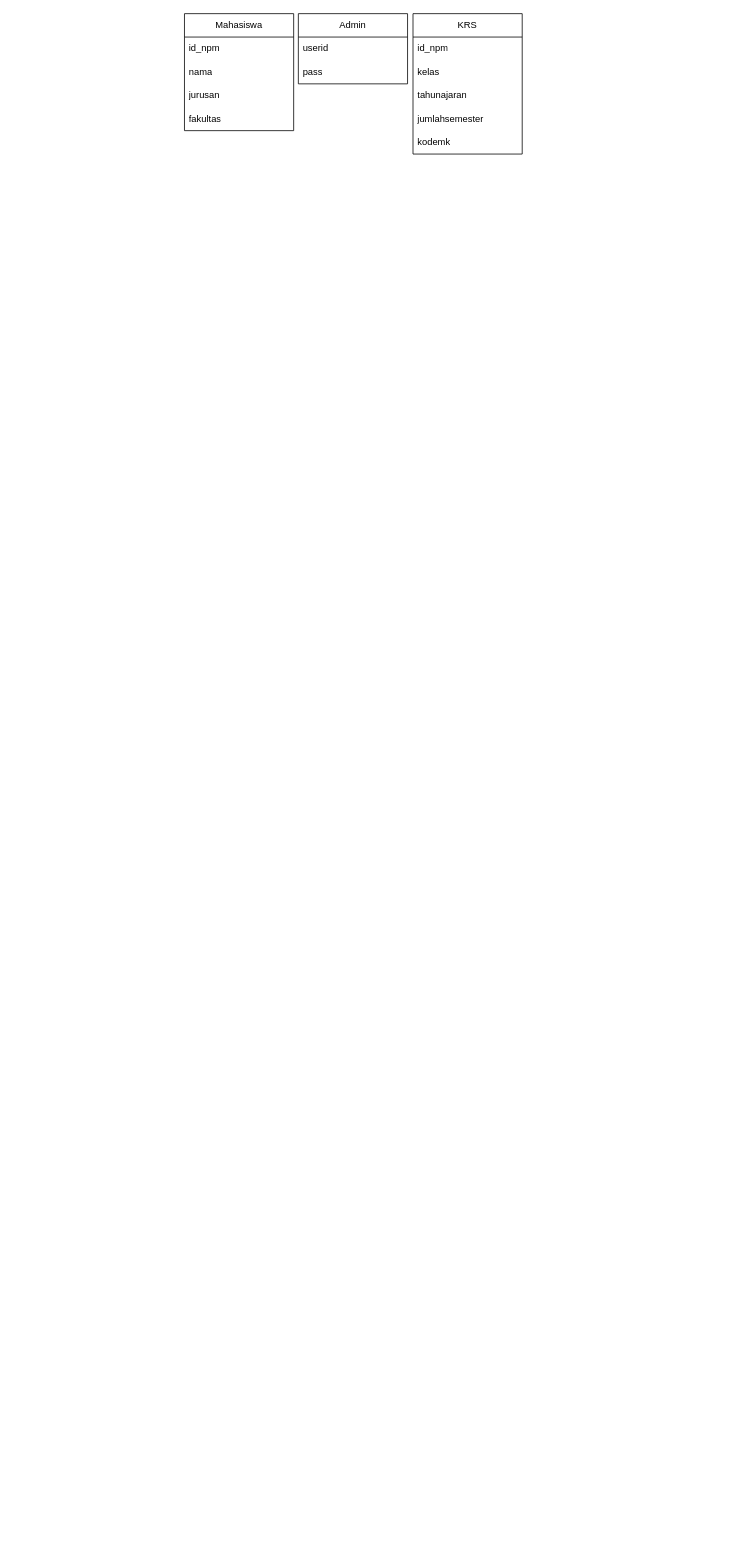
Before: page "Page-1" (1 of 2) of SDB2_Pert1.drawio in Xnaizer/Xnaizer, a draw.io diagram. Source tidied: cells renumbered, new cells numbered last; positions are measured from the earlier drawing's top-left corner, leaving out a move shared by most shapes. Both pictures are drawn from the tidied source at 78%, with x=0, y=0 at pixel (184, 13).
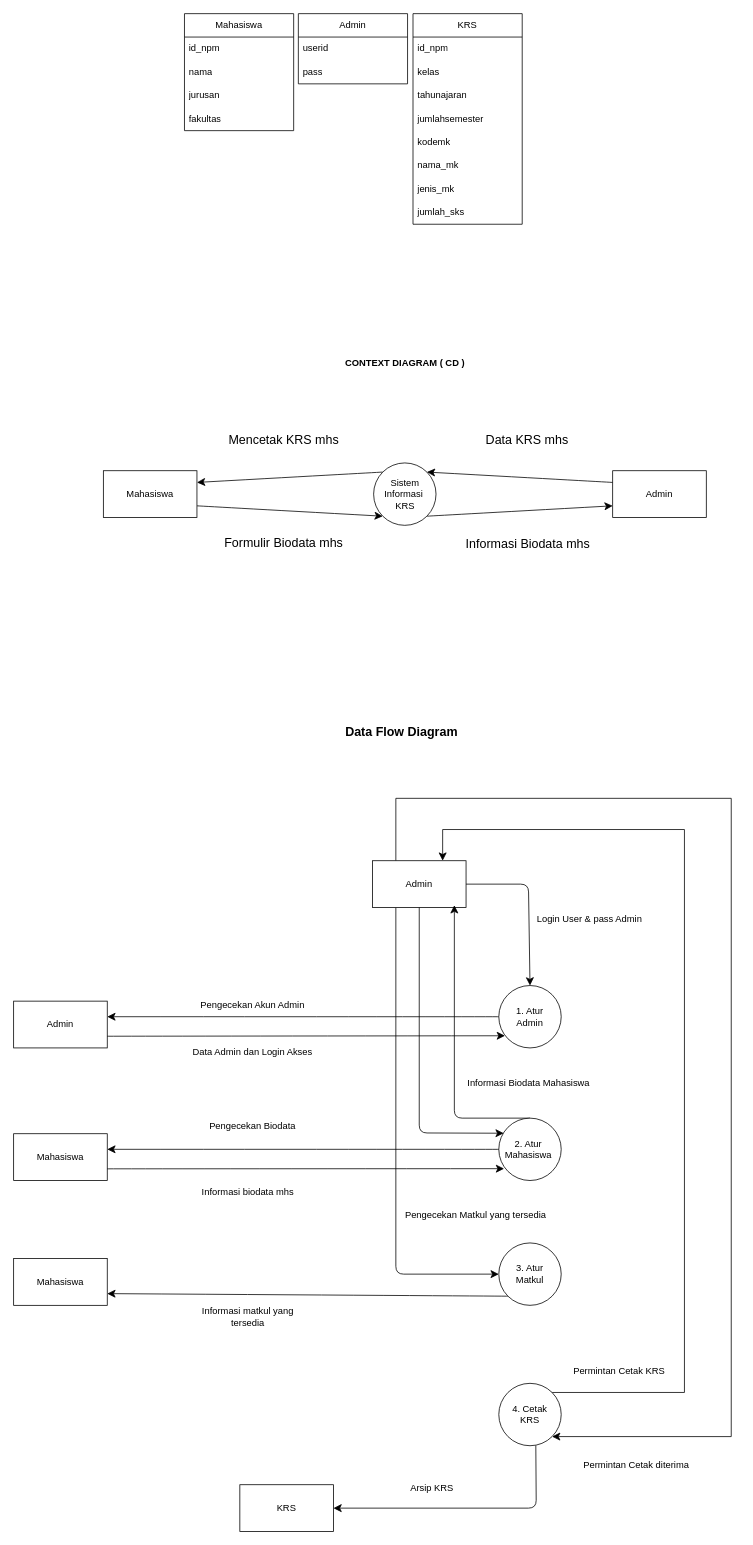
Above is the later version.

The edit, as a diff of the source:
```diff
@@
     <mxCell id="10" value="KRS" style="swimlane;fontStyle=0;horizontal=1;startSize=30;whiteSpace=wrap;html=1;" parent="1" vertex="1">
-      <mxGeometry x="293" width="140" height="180" as="geometry" />
+      <mxGeometry x="293" width="140" height="270" as="geometry" />
     </mxCell>
@@
+    <mxCell id="16" value="nama_mk" style="text;strokeColor=none;fillColor=none;align=left;verticalAlign=middle;spacingLeft=4;spacingRight=4;overflow=hidden;whiteSpace=wrap;html=1;" parent="10" vertex="1">
+      <mxGeometry y="180" width="140" height="30" as="geometry" />
+    </mxCell>
+    <mxCell id="17" value="jenis_mk" style="text;strokeColor=none;fillColor=none;align=left;verticalAlign=middle;spacingLeft=4;spacingRight=4;overflow=hidden;whiteSpace=wrap;html=1;" parent="10" vertex="1">
+      <mxGeometry y="210" width="140" height="30" as="geometry" />
+    </mxCell>
+    <mxCell id="18" value="jumlah_sks" style="text;strokeColor=none;fillColor=none;align=left;verticalAlign=middle;spacingLeft=4;spacingRight=4;overflow=hidden;whiteSpace=wrap;html=1;" parent="10" vertex="1">
+      <mxGeometry y="240" width="140" height="30" as="geometry" />
+    </mxCell>
+    <mxCell id="19" style="edgeStyle=none;curved=1;rounded=0;jettySize=auto;html=1;exitX=0;exitY=0.25;exitDx=0;exitDy=0;entryX=1;entryY=0;entryDx=0;entryDy=0;fontSize=12;startSize=8;endSize=8;" parent="1" edge="1" source="20" target="25">
+      <mxGeometry relative="1" as="geometry" />
+    </mxCell>
+    <mxCell id="20" value="Admin" style="rounded=0;whiteSpace=wrap;html=1;" parent="1" vertex="1">
+      <mxGeometry x="549" y="586" width="120" height="60" as="geometry" />
+    </mxCell>
+    <mxCell id="21" style="edgeStyle=none;curved=1;rounded=0;jettySize=auto;html=1;exitX=1;exitY=0.75;exitDx=0;exitDy=0;entryX=0;entryY=1;entryDx=0;entryDy=0;fontSize=12;startSize=8;endSize=8;" parent="1" edge="1" source="22" target="25">
+      <mxGeometry relative="1" as="geometry" />
+    </mxCell>
+    <mxCell id="22" value="Mahasiswa" style="rounded=0;whiteSpace=wrap;html=1;" parent="1" vertex="1">
+      <mxGeometry x="-104" y="586" width="120" height="60" as="geometry" />
+    </mxCell>
+    <mxCell id="23" style="edgeStyle=none;curved=1;rounded=0;jettySize=auto;html=1;exitX=1;exitY=1;exitDx=0;exitDy=0;entryX=0;entryY=0.75;entryDx=0;entryDy=0;fontSize=12;startSize=8;endSize=8;" parent="1" edge="1" source="25" target="20">
+      <mxGeometry relative="1" as="geometry" />
+    </mxCell>
+    <mxCell id="24" style="edgeStyle=none;curved=1;rounded=0;jettySize=auto;html=1;exitX=0;exitY=0;exitDx=0;exitDy=0;entryX=1;entryY=0.25;entryDx=0;entryDy=0;fontSize=12;startSize=8;endSize=8;" parent="1" edge="1" source="25" target="22">
+      <mxGeometry relative="1" as="geometry" />
+    </mxCell>
+    <mxCell id="25" value="Sistem Informasi&amp;nbsp;&lt;div&gt;KRS&lt;/div&gt;" style="ellipse;whiteSpace=wrap;html=1;" parent="1" vertex="1">
+      <mxGeometry x="242.5" y="576" width="80" height="80" as="geometry" />
+    </mxCell>
+    <mxCell id="26" value="Formulir Biodata mhs" style="text;html=1;align=center;verticalAlign=middle;strokeColor=none;fillColor=none;fontSize=16;" parent="1" vertex="1">
+      <mxGeometry x="42" y="662" width="170" height="31" as="geometry" />
+    </mxCell>
+    <mxCell id="27" value="Informasi Biodata mhs" style="text;html=1;align=center;verticalAlign=middle;strokeColor=none;fillColor=none;fontSize=16;" parent="1" vertex="1">
+      <mxGeometry x="351" y="664" width="177" height="31" as="geometry" />
+    </mxCell>
+    <mxCell id="28" value="Data KRS mhs" style="text;html=1;align=center;verticalAlign=middle;strokeColor=none;fillColor=none;fontSize=16;" parent="1" vertex="1">
+      <mxGeometry x="377" y="530" width="124" height="31" as="geometry" />
+    </mxCell>
+    <mxCell id="29" value="Mencetak KRS mhs" style="text;html=1;align=center;verticalAlign=middle;strokeColor=none;fillColor=none;fontSize=16;" parent="1" vertex="1">
+      <mxGeometry x="47.5" y="530" width="159" height="31" as="geometry" />
+    </mxCell>
+    <mxCell id="30" value="&lt;b&gt;CONTEXT DIAGRAM ( CD )&lt;/b&gt;" style="text;html=1;align=center;verticalAlign=middle;whiteSpace=wrap;rounded=0;" parent="1" vertex="1">
+      <mxGeometry x="140.5" y="400" width="284" height="95" as="geometry" />
+    </mxCell>
+    <mxCell id="31" value="&lt;b&gt;Data Flow Diagram&lt;/b&gt;" style="text;strokeColor=none;fillColor=none;html=1;align=center;verticalAlign=middle;whiteSpace=wrap;rounded=0;fontSize=16;" parent="1" vertex="1">
+      <mxGeometry x="173.5" y="906" width="208.5" height="30" as="geometry" />
+    </mxCell>
+    <mxCell id="32" style="edgeStyle=none;curved=0;rounded=1;jettySize=auto;html=1;fontSize=12;startSize=8;endSize=8;entryX=0.5;entryY=0;entryDx=0;entryDy=0;" parent="1" edge="1" source="35" target="37">
+      <mxGeometry relative="1" as="geometry">
+        <Array as="points">
+          <mxPoint x="441" y="1116" />
+        </Array>
+      </mxGeometry>
+    </mxCell>
+    <mxCell id="33" style="edgeStyle=none;curved=0;rounded=1;jettySize=auto;html=1;exitX=0.25;exitY=1;exitDx=0;exitDy=0;entryX=0;entryY=0.5;entryDx=0;entryDy=0;fontSize=12;startSize=8;endSize=8;" parent="1" edge="1" source="35" target="54">
+      <mxGeometry relative="1" as="geometry">
+        <Array as="points">
+          <mxPoint x="271" y="1616" />
+        </Array>
+      </mxGeometry>
+    </mxCell>
+    <mxCell id="34" style="edgeStyle=orthogonalEdgeStyle;rounded=0;jettySize=auto;html=1;exitX=0.25;exitY=0;exitDx=0;exitDy=0;entryX=1;entryY=1;entryDx=0;entryDy=0;fontSize=12;startSize=8;endSize=8;" parent="1" edge="1" source="35" target="62">
+      <mxGeometry relative="1" as="geometry">
+        <Array as="points">
+          <mxPoint x="271" y="1006" />
+          <mxPoint x="701" y="1006" />
+          <mxPoint x="701" y="1824" />
+        </Array>
+      </mxGeometry>
+    </mxCell>
+    <mxCell id="35" value="Admin" style="rounded=0;whiteSpace=wrap;html=1;" parent="1" vertex="1">
+      <mxGeometry x="241" y="1086" width="120" height="60" as="geometry" />
+    </mxCell>
+    <mxCell id="36" style="edgeStyle=none;curved=1;rounded=0;jettySize=auto;html=1;fontSize=12;startSize=8;endSize=8;entryX=1;entryY=0.333;entryDx=0;entryDy=0;entryPerimeter=0;" parent="1" edge="1" source="37" target="38">
+      <mxGeometry relative="1" as="geometry" />
+    </mxCell>
+    <mxCell id="37" style="ellipse;whiteSpace=wrap;html=1;" parent="1" vertex="1">
+      <mxGeometry x="403" y="1246" width="80" height="80" as="geometry" />
+    </mxCell>
+    <mxCell id="38" value="Admin" style="rounded=0;whiteSpace=wrap;html=1;" parent="1" vertex="1">
+      <mxGeometry x="-219" y="1266" width="120" height="60" as="geometry" />
+    </mxCell>
+    <mxCell id="39" style="edgeStyle=none;curved=1;rounded=0;jettySize=auto;html=1;exitX=1;exitY=0.75;exitDx=0;exitDy=0;entryX=0.099;entryY=0.805;entryDx=0;entryDy=0;entryPerimeter=0;fontSize=12;startSize=8;endSize=8;" parent="1" edge="1" source="38" target="37">
+      <mxGeometry relative="1" as="geometry" />
+    </mxCell>
+    <mxCell id="40" value="Login User &amp;amp; pass Admin" style="text;html=1;align=center;verticalAlign=middle;whiteSpace=wrap;rounded=0;" parent="1" vertex="1">
+      <mxGeometry x="421" y="1146" width="196.5" height="30" as="geometry" />
+    </mxCell>
+    <mxCell id="41" value="1. Atur Admin" style="text;html=1;align=center;verticalAlign=middle;whiteSpace=wrap;rounded=0;" parent="1" vertex="1">
+      <mxGeometry x="413" y="1271" width="60" height="30" as="geometry" />
+    </mxCell>
+    <mxCell id="42" value="Pengecekan Akun Admin" style="text;html=1;align=center;verticalAlign=middle;whiteSpace=wrap;rounded=0;" parent="1" vertex="1">
+      <mxGeometry x="13" y="1256" width="148.5" height="30" as="geometry" />
+    </mxCell>
+    <mxCell id="43" value="Data Admin dan Login Akses" style="text;html=1;align=center;verticalAlign=middle;whiteSpace=wrap;rounded=0;" parent="1" vertex="1">
+      <mxGeometry x="1" y="1316" width="172.5" height="30" as="geometry" />
+    </mxCell>
+    <mxCell id="44" style="edgeStyle=none;curved=0;rounded=1;jettySize=auto;html=1;exitX=0.5;exitY=0;exitDx=0;exitDy=0;fontSize=12;startSize=8;endSize=8;entryX=0.875;entryY=0.95;entryDx=0;entryDy=0;entryPerimeter=0;" parent="1" edge="1" source="45" target="35">
+      <mxGeometry relative="1" as="geometry">
+        <Array as="points">
+          <mxPoint x="346" y="1416" />
+        </Array>
+      </mxGeometry>
+    </mxCell>
+    <mxCell id="45" style="ellipse;whiteSpace=wrap;html=1;" parent="1" vertex="1">
+      <mxGeometry x="403" y="1416" width="80" height="80" as="geometry" />
+    </mxCell>
+    <mxCell id="46" value="2. Atur Mahasiswa" style="text;html=1;align=center;verticalAlign=middle;whiteSpace=wrap;rounded=0;" parent="1" vertex="1">
+      <mxGeometry x="411" y="1441" width="60" height="30" as="geometry" />
+    </mxCell>
+    <mxCell id="47" value="Mahasiswa" style="rounded=0;whiteSpace=wrap;html=1;" parent="1" vertex="1">
+      <mxGeometry x="-219" y="1436" width="120" height="60" as="geometry" />
+    </mxCell>
+    <mxCell id="48" style="edgeStyle=none;curved=1;rounded=0;jettySize=auto;html=1;entryX=1;entryY=0.333;entryDx=0;entryDy=0;entryPerimeter=0;fontSize=12;startSize=8;endSize=8;" parent="1" edge="1" source="45" target="47">
+      <mxGeometry relative="1" as="geometry" />
+    </mxCell>
+    <mxCell id="49" style="edgeStyle=none;curved=1;rounded=0;jettySize=auto;html=1;exitX=1;exitY=0.75;exitDx=0;exitDy=0;fontSize=12;startSize=8;endSize=8;entryX=0.085;entryY=0.81;entryDx=0;entryDy=0;entryPerimeter=0;" parent="1" edge="1" source="47" target="45">
+      <mxGeometry relative="1" as="geometry" />
+    </mxCell>
+    <mxCell id="50" value="Pengecekan Biodata" style="text;html=1;align=center;verticalAlign=middle;whiteSpace=wrap;rounded=0;" parent="1" vertex="1">
+      <mxGeometry x="13" y="1411" width="148.5" height="30" as="geometry" />
+    </mxCell>
+    <mxCell id="51" value="Informasi biodata mhs" style="text;html=1;align=center;verticalAlign=middle;whiteSpace=wrap;rounded=0;" parent="1" vertex="1">
+      <mxGeometry x="7" y="1496" width="148.5" height="30" as="geometry" />
+    </mxCell>
+    <mxCell id="52" style="edgeStyle=none;curved=0;rounded=1;jettySize=auto;html=1;entryX=0.079;entryY=0.242;entryDx=0;entryDy=0;entryPerimeter=0;fontSize=12;startSize=8;endSize=8;" parent="1" edge="1" source="35" target="45">
+      <mxGeometry relative="1" as="geometry">
+        <Array as="points">
+          <mxPoint x="301" y="1435" />
+        </Array>
+      </mxGeometry>
+    </mxCell>
+    <mxCell id="53" style="edgeStyle=none;curved=1;rounded=0;jettySize=auto;html=1;exitX=0;exitY=1;exitDx=0;exitDy=0;entryX=1;entryY=0.75;entryDx=0;entryDy=0;fontSize=12;startSize=8;endSize=8;" parent="1" edge="1" source="54" target="56">
+      <mxGeometry relative="1" as="geometry" />
+    </mxCell>
+    <mxCell id="54" style="ellipse;whiteSpace=wrap;html=1;" parent="1" vertex="1">
+      <mxGeometry x="403" y="1576" width="80" height="80" as="geometry" />
+    </mxCell>
+    <mxCell id="55" value="3. Atur Matkul" style="text;html=1;align=center;verticalAlign=middle;whiteSpace=wrap;rounded=0;" parent="1" vertex="1">
+      <mxGeometry x="413" y="1601" width="60" height="30" as="geometry" />
+    </mxCell>
+    <mxCell id="56" value="Mahasiswa" style="rounded=0;whiteSpace=wrap;html=1;" parent="1" vertex="1">
+      <mxGeometry x="-219" y="1596" width="120" height="60" as="geometry" />
+    </mxCell>
+    <mxCell id="57" value="Informasi matkul yang tersedia" style="text;html=1;align=center;verticalAlign=middle;whiteSpace=wrap;rounded=0;" parent="1" vertex="1">
+      <mxGeometry x="7" y="1656" width="148.5" height="30" as="geometry" />
+    </mxCell>
+    <mxCell id="58" value="Informasi Biodata Mahasiswa" style="text;html=1;align=center;verticalAlign=middle;whiteSpace=wrap;rounded=0;" parent="1" vertex="1">
+      <mxGeometry x="342.8" y="1356" width="196.5" height="30" as="geometry" />
+    </mxCell>
+    <mxCell id="59" value="Pengecekan Matkul yang tersedia" style="text;html=1;align=center;verticalAlign=middle;whiteSpace=wrap;rounded=0;" parent="1" vertex="1">
+      <mxGeometry x="274.5" y="1526" width="196.5" height="30" as="geometry" />
+    </mxCell>
+    <mxCell id="60" style="edgeStyle=orthogonalEdgeStyle;rounded=0;jettySize=auto;html=1;exitX=1;exitY=0;exitDx=0;exitDy=0;entryX=0.75;entryY=0;entryDx=0;entryDy=0;fontSize=12;startSize=8;endSize=8;" parent="1" edge="1" source="62" target="35">
+      <mxGeometry relative="1" as="geometry">
+        <Array as="points">
+          <mxPoint x="641" y="1768" />
+          <mxPoint x="641" y="1046" />
+          <mxPoint x="331" y="1046" />
+        </Array>
+      </mxGeometry>
+    </mxCell>
+    <mxCell id="61" style="edgeStyle=none;curved=0;rounded=1;jettySize=auto;html=1;entryX=1;entryY=0.5;entryDx=0;entryDy=0;fontSize=12;startSize=8;endSize=8;exitX=0.593;exitY=0.997;exitDx=0;exitDy=0;exitPerimeter=0;" parent="1" edge="1" source="62" target="66">
+      <mxGeometry relative="1" as="geometry">
+        <Array as="points">
+          <mxPoint x="451" y="1916" />
+        </Array>
+      </mxGeometry>
+    </mxCell>
+    <mxCell id="62" style="ellipse;whiteSpace=wrap;html=1;" parent="1" vertex="1">
+      <mxGeometry x="403" y="1756" width="80" height="80" as="geometry" />
+    </mxCell>
+    <mxCell id="63" value="4. Cetak KRS" style="text;html=1;align=center;verticalAlign=middle;whiteSpace=wrap;rounded=0;" parent="1" vertex="1">
+      <mxGeometry x="413" y="1781" width="60" height="30" as="geometry" />
+    </mxCell>
+    <mxCell id="64" value="Permintan Cetak diterima" style="text;html=1;align=center;verticalAlign=middle;whiteSpace=wrap;rounded=0;" parent="1" vertex="1">
+      <mxGeometry x="504.8" y="1846" width="148.5" height="30" as="geometry" />
+    </mxCell>
+    <mxCell id="65" value="Permintan Cetak KRS" style="text;html=1;align=center;verticalAlign=middle;whiteSpace=wrap;rounded=0;" parent="1" vertex="1">
+      <mxGeometry x="483" y="1726" width="148.5" height="30" as="geometry" />
+    </mxCell>
+    <mxCell id="66" value="KRS" style="rounded=0;whiteSpace=wrap;html=1;" parent="1" vertex="1">
+      <mxGeometry x="71" y="1886" width="120" height="60" as="geometry" />
+    </mxCell>
+    <mxCell id="67" value="Arsip KRS" style="text;html=1;align=center;verticalAlign=middle;whiteSpace=wrap;rounded=0;" parent="1" vertex="1">
+      <mxGeometry x="242.5" y="1876" width="148.5" height="30" as="geometry" />
+    </mxCell>
```
